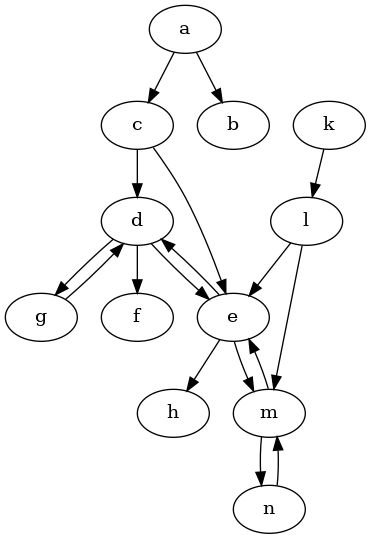
Before: XLoKR-2023/2-Statelog_version/output/uncolored_graph.png, a diagram exported from Graphviz (idaks/Games-and-Argumentation). Its source is kept beside it as XLoKR-2023/2-Statelog_version/output/uncolored_graph.dot.
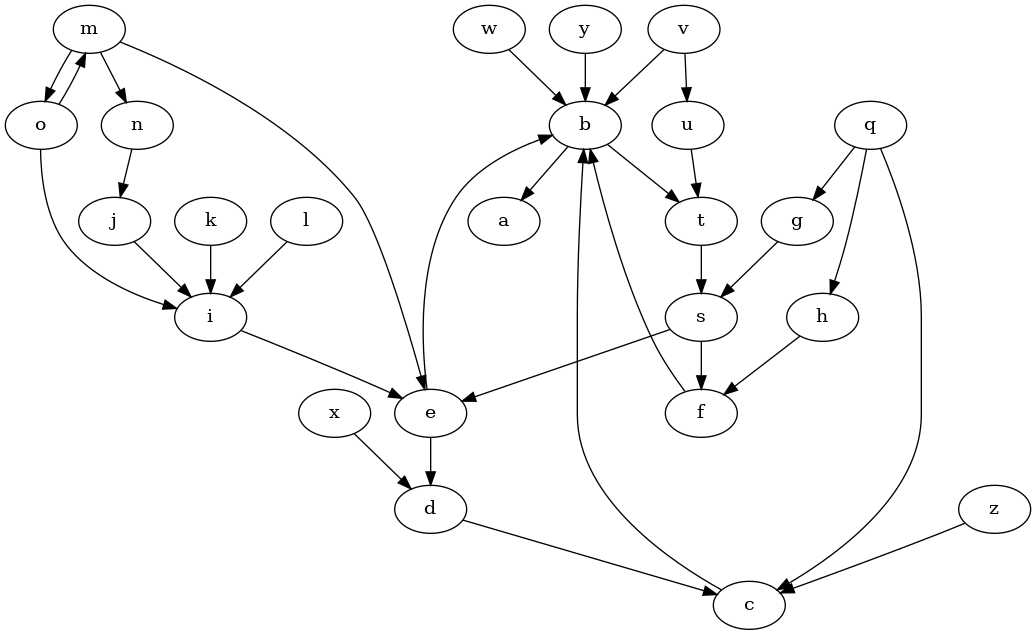
After the change.

Change to the diagram source:
```diff
@@ -1,19 +1,34 @@
 strict digraph "" {
-	a -> b	[dir=forward];
-	a -> c	[dir=forward];
-	c -> d	[dir=forward];
-	c -> e	[dir=forward];
-	k -> l	[dir=forward];
-	l -> e	[dir=forward];
-	l -> m	[dir=forward];
-	d -> e	[dir=forward];
-	d -> f	[dir=forward];
-	d -> g	[dir=forward];
+	b -> a	[dir=forward];
+	b -> t	[dir=forward];
+	t -> s	[dir=forward];
+	c -> b	[dir=forward];
+	d -> c	[dir=forward];
+	e -> b	[dir=forward];
 	e -> d	[dir=forward];
-	e -> m	[dir=forward];
-	e -> h	[dir=forward];
+	f -> b	[dir=forward];
+	g -> s	[dir=forward];
+	s -> e	[dir=forward];
+	s -> f	[dir=forward];
+	h -> f	[dir=forward];
+	i -> e	[dir=forward];
+	j -> i	[dir=forward];
+	k -> i	[dir=forward];
+	l -> i	[dir=forward];
 	m -> e	[dir=forward];
+	m -> o	[dir=forward];
 	m -> n	[dir=forward];
-	g -> d	[dir=forward];
-	n -> m	[dir=forward];
+	o -> i	[dir=forward];
+	o -> m	[dir=forward];
+	n -> j	[dir=forward];
+	q -> c	[dir=forward];
+	q -> g	[dir=forward];
+	q -> h	[dir=forward];
+	u -> t	[dir=forward];
+	v -> b	[dir=forward];
+	v -> u	[dir=forward];
+	w -> b	[dir=forward];
+	x -> d	[dir=forward];
+	y -> b	[dir=forward];
+	z -> c	[dir=forward];
 }
```
